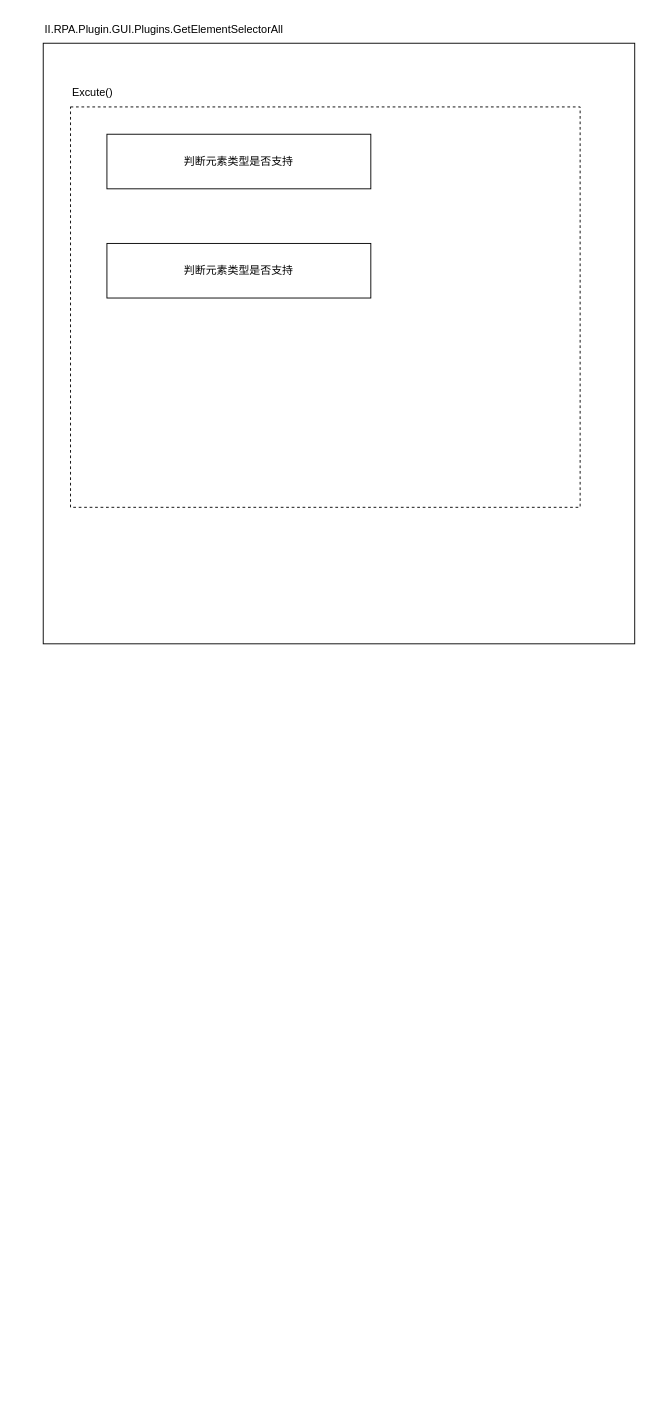
This is win版循环获取相似元素相关逻辑图.drawio from ColonelDarcy2018/excelsior, a draw.io file, before an edit. Source tidied: cells renumbered, new cells numbered last; positions are measured from the earlier drawing's top-left corner, leaving out a move shared by most shapes. Both pictures are drawn from the tidied source at 91%, with x=0, y=0 at pixel (43, 15).
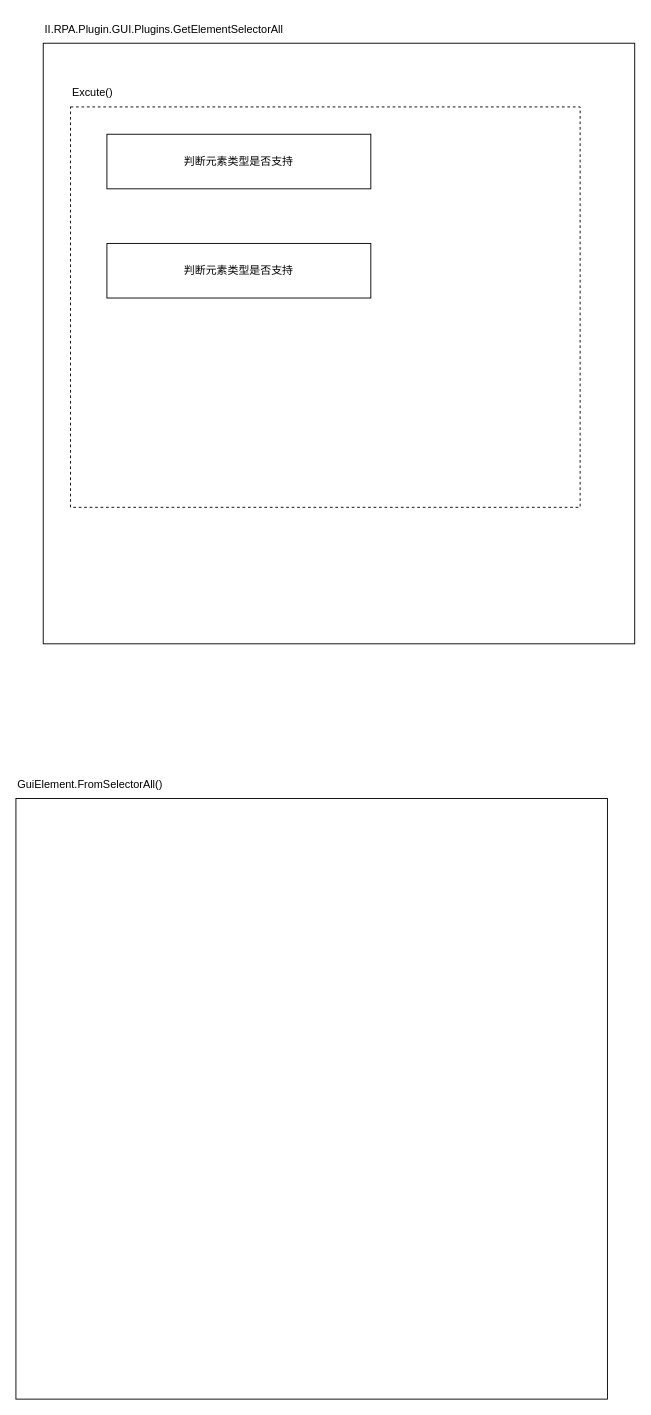
Above is the later version.

Commit message (it also covers changes not shown here):
更新win版循环获取相似元素相关逻辑图.drawio

The edit, as a diff of the source:
```diff
@@
 <mxGraphModel>
   <root>
     <mxCell id="0" />
     <mxCell id="1" parent="0" />
     <mxCell id="2" style="rounded=0;whiteSpace=wrap;html=1;" parent="1" vertex="1">
       <mxGeometry y="30" width="650" height="660" as="geometry" />
     </mxCell>
     <mxCell id="3" value="II.RPA.Plugin.GUI.Plugins.GetElementSelectorAll" style="text;html=1;strokeColor=none;fillColor=none;align=left;verticalAlign=middle;whiteSpace=wrap;rounded=0;" parent="1" vertex="1">
       <mxGeometry width="300" height="30" as="geometry" />
     </mxCell>
     <mxCell id="4" style="group;" parent="1" vertex="1">
       <mxGeometry x="30" y="70" width="560" height="470" as="geometry" />
     </mxCell>
     <mxCell id="5" style="rounded=0;whiteSpace=wrap;html=1;dashed=1;" parent="4" vertex="1">
       <mxGeometry y="30" width="560" height="440" as="geometry" />
     </mxCell>
     <mxCell id="6" value="Excute()" style="text;html=1;strokeColor=none;fillColor=none;align=left;verticalAlign=middle;whiteSpace=wrap;rounded=0;" parent="4" vertex="1">
       <mxGeometry width="120" height="30" as="geometry" />
     </mxCell>
     <mxCell id="7" value="判断元素类型是否支持" style="rounded=0;whiteSpace=wrap;html=1;" parent="4" vertex="1">
       <mxGeometry x="40" y="60" width="290" height="60" as="geometry" />
     </mxCell>
     <mxCell id="8" value="判断元素类型是否支持" style="rounded=0;whiteSpace=wrap;html=1;" parent="4" vertex="1">
       <mxGeometry x="40" y="180" width="290" height="60" as="geometry" />
     </mxCell>
+    <mxCell id="9" style="rounded=0;whiteSpace=wrap;html=1;" parent="1" vertex="1">
+      <mxGeometry x="-30" y="860" width="650" height="660" as="geometry" />
+    </mxCell>
+    <mxCell id="10" value="GuiElement.FromSelectorAll()" style="text;html=1;strokeColor=none;fillColor=none;align=left;verticalAlign=middle;whiteSpace=wrap;rounded=0;" parent="1" vertex="1">
+      <mxGeometry x="-30" y="830" width="300" height="30" as="geometry" />
+    </mxCell>
   </root>
 </mxGraphModel>
```
